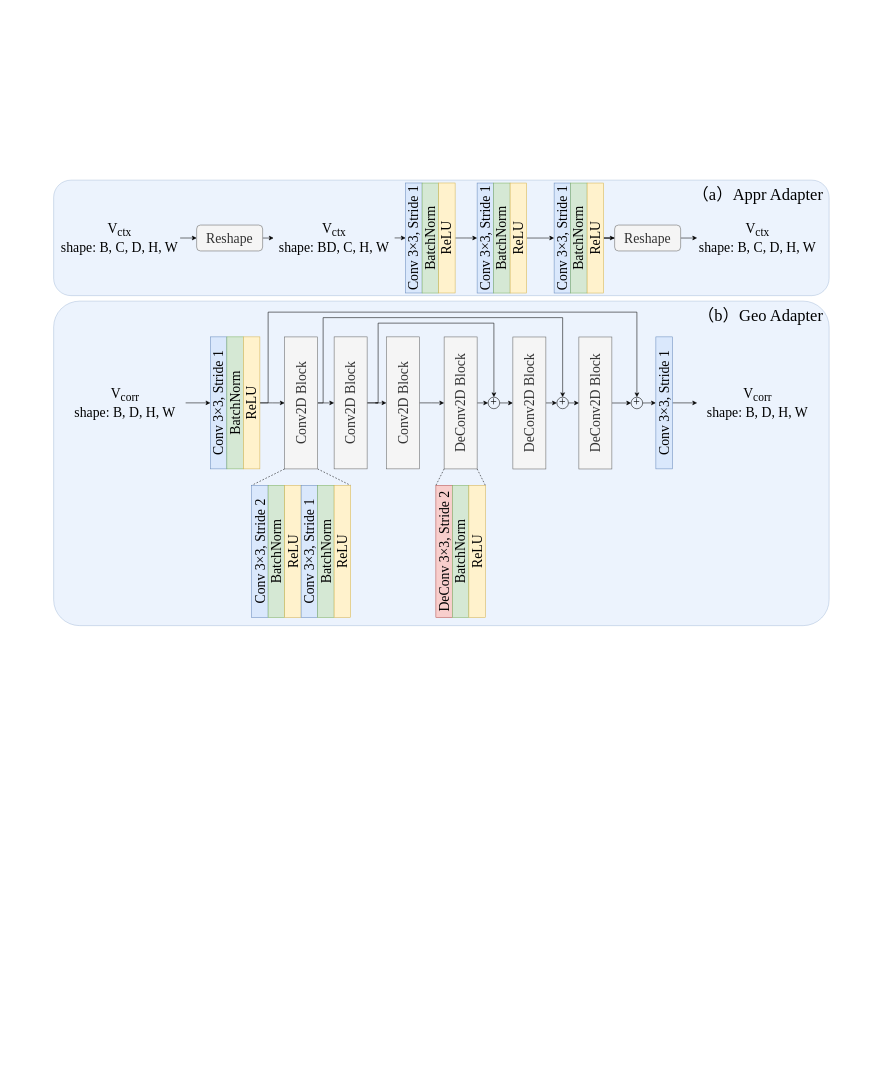
Before: nerf_decoder.drawio in wangpinzhi/wangpinzhi.github.io, a draw.io diagram. Source tidied: cells renumbered, new cells numbered last; positions are measured from the earlier drawing's top-left corner, leaving out a move shared by most shapes. Both pictures are drawn from the tidied source at 55%, with x=0, y=0 at pixel (53, 180).
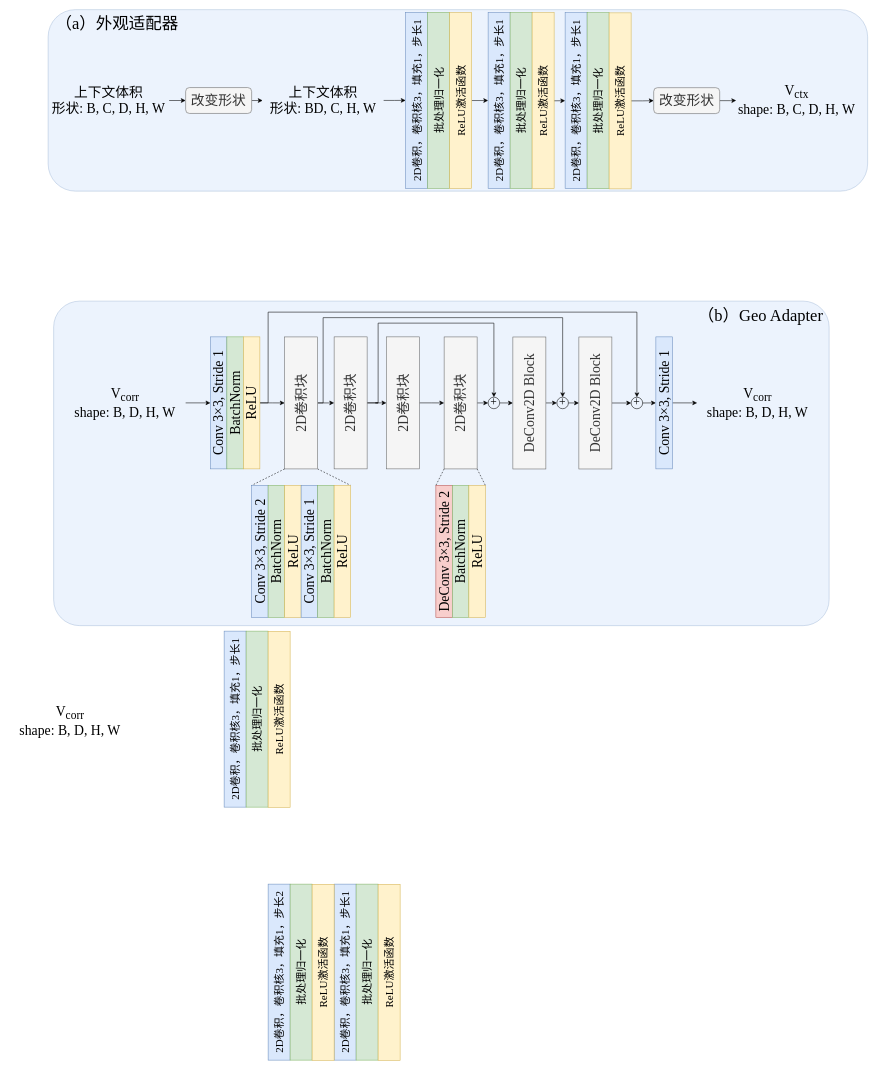
After the change.

What changed in the source:
```diff
@@
     <mxCell id="3" style="rounded=1;whiteSpace=wrap;html=1;fillColor=#dae8fc;strokeColor=#6c8ebf;opacity=50;" parent="1" vertex="1">
-      <mxGeometry width="1410" height="210" as="geometry" />
+      <mxGeometry x="-10" y="-310" width="1490" height="330" as="geometry" />
     </mxCell>
-    <mxCell id="4" value="Conv 3×3, Stride 1" style="rounded=0;whiteSpace=wrap;html=1;rotation=-90;fontSize=25;fontFamily=Times New Roman;fillColor=#dae8fc;strokeColor=#6c8ebf;" parent="1" vertex="1">
-      <mxGeometry x="555" y="90.2" width="200" height="30" as="geometry" />
+    <mxCell id="4" value="&lt;font&gt;2D卷积，卷积核3，填充1，步长1&lt;/font&gt;" style="rounded=0;whiteSpace=wrap;html=1;rotation=-90;fontSize=20;fontFamily=Times New Roman;fillColor=#dae8fc;strokeColor=#6c8ebf;" parent="1" vertex="1">
+      <mxGeometry x="500" y="-165" width="320" height="40" as="geometry" />
     </mxCell>
@@
-    <mxCell id="6" value="V&lt;sub&gt;ctx&lt;/sub&gt;&lt;div&gt;shape: B, C, D, H, W&lt;/div&gt;" style="text;html=1;align=center;verticalAlign=middle;whiteSpace=wrap;rounded=0;fontFamily=Times New Roman;fontSize=25;" parent="1" vertex="1">
-      <mxGeometry x="10" y="72.6" width="220" height="65.3" as="geometry" />
+    <mxCell id="6" value="上下文体积&lt;div&gt;形状: B, C, D, H, W&lt;/div&gt;" style="text;html=1;align=center;verticalAlign=middle;whiteSpace=wrap;rounded=0;fontFamily=Times New Roman;fontSize=25;" parent="1" vertex="1">
+      <mxGeometry x="-10" y="-177.4" width="220" height="65.3" as="geometry" />
     </mxCell>
@@
-    <mxCell id="8" value="Reshape" style="rounded=1;whiteSpace=wrap;html=1;fontFamily=Times New Roman;fontSize=25;fillColor=#f5f5f5;fontColor=#333333;strokeColor=#666666;" parent="1" vertex="1">
-      <mxGeometry x="260" y="81.7" width="120" height="47.1" as="geometry" />
+    <mxCell id="8" value="改变形状" style="rounded=1;whiteSpace=wrap;html=1;fontFamily=Times New Roman;fontSize=25;fillColor=#f5f5f5;fontColor=#333333;strokeColor=#666666;" parent="1" vertex="1">
+      <mxGeometry x="240" y="-168.3" width="120" height="47.1" as="geometry" />
     </mxCell>
@@
-    <mxCell id="10" value="V&lt;sub&gt;ctx&lt;/sub&gt;&lt;div&gt;shape: BD, C, H, W&lt;/div&gt;" style="text;html=1;align=center;verticalAlign=middle;whiteSpace=wrap;rounded=0;fontFamily=Times New Roman;fontSize=25;" parent="1" vertex="1">
-      <mxGeometry x="400" y="72.4" width="220" height="65.3" as="geometry" />
+    <mxCell id="10" value="上下文体积&lt;div&gt;形状: BD, C, H, W&lt;/div&gt;" style="text;html=1;align=center;verticalAlign=middle;whiteSpace=wrap;rounded=0;fontFamily=Times New Roman;fontSize=25;" parent="1" vertex="1">
+      <mxGeometry x="380" y="-177.6" width="220" height="65.3" as="geometry" />
     </mxCell>
-    <mxCell id="11" value="BatchNorm" style="rounded=0;whiteSpace=wrap;html=1;rotation=-90;fontSize=25;fontFamily=Times New Roman;fillColor=#d5e8d4;strokeColor=#82b366;" parent="1" vertex="1">
-      <mxGeometry x="585" y="90.3" width="200" height="30" as="geometry" />
+    <mxCell id="11" value="批处理归一化" style="rounded=0;whiteSpace=wrap;html=1;rotation=-90;fontSize=20;fontFamily=Times New Roman;fillColor=#d5e8d4;strokeColor=#82b366;" parent="1" vertex="1">
+      <mxGeometry x="540" y="-165" width="320" height="40" as="geometry" />
     </mxCell>
-    <mxCell id="12" style="edgeStyle=orthogonalEdgeStyle;rounded=0;jettySize=auto;html=1;entryX=0.5;entryY=0;entryDx=0;entryDy=0;" parent="1" edge="1" source="13" target="14">
+    <mxCell id="12" style="rounded=0;jettySize=auto;html=1;entryX=0.5;entryY=0;entryDx=0;entryDy=0;" parent="1" edge="1" source="13" target="70">
       <mxGeometry relative="1" as="geometry" />
     </mxCell>
-    <mxCell id="13" value="ReLU" style="rounded=0;whiteSpace=wrap;html=1;rotation=-90;fontSize=25;fontFamily=Times New Roman;fillColor=#fff2cc;strokeColor=#d6b656;" parent="1" vertex="1">
-      <mxGeometry x="615" y="90.2" width="200" height="30" as="geometry" />
+    <mxCell id="13" value="ReLU激活函数" style="rounded=0;whiteSpace=wrap;html=1;rotation=-90;fontSize=20;fontFamily=Times New Roman;fillColor=#fff2cc;strokeColor=#d6b656;" parent="1" vertex="1">
+      <mxGeometry x="580" y="-164.7" width="320" height="40" as="geometry" />
     </mxCell>
-    <mxCell id="14" value="Conv 3×3, Stride 1" style="rounded=0;whiteSpace=wrap;html=1;rotation=-90;fontSize=25;fontFamily=Times New Roman;fillColor=#dae8fc;strokeColor=#6c8ebf;" parent="1" vertex="1">
-      <mxGeometry x="685" y="90.3" width="200" height="30" as="geometry" />
-    </mxCell>
-    <mxCell id="15" value="BatchNorm" style="rounded=0;whiteSpace=wrap;html=1;rotation=-90;fontSize=25;fontFamily=Times New Roman;fillColor=#d5e8d4;strokeColor=#82b366;" parent="1" vertex="1">
-      <mxGeometry x="715" y="90.3" width="200" height="30" as="geometry" />
-    </mxCell>
-    <mxCell id="16" style="edgeStyle=orthogonalEdgeStyle;rounded=0;jettySize=auto;html=1;entryX=0.5;entryY=0;entryDx=0;entryDy=0;" parent="1" edge="1" source="17" target="18">
-      <mxGeometry relative="1" as="geometry" />
+    <mxCell id="16" style="edgeStyle=orthogonalEdgeStyle;rounded=0;jettySize=auto;html=1;entryX=0.5;entryY=0;entryDx=0;entryDy=0;" parent="1" edge="1" target="73">
+      <mxGeometry relative="1" as="geometry">
+        <mxPoint x="880" y="-144.7" as="sourcePoint" />
+      </mxGeometry>
     </mxCell>
-    <mxCell id="17" value="ReLU" style="rounded=0;whiteSpace=wrap;html=1;rotation=-90;fontSize=25;fontFamily=Times New Roman;fillColor=#fff2cc;strokeColor=#d6b656;" parent="1" vertex="1">
-      <mxGeometry x="745" y="90.3" width="200" height="30" as="geometry" />
-    </mxCell>
-    <mxCell id="18" value="Conv 3×3, Stride 1" style="rounded=0;whiteSpace=wrap;html=1;rotation=-90;fontSize=25;fontFamily=Times New Roman;fillColor=#dae8fc;strokeColor=#6c8ebf;" parent="1" vertex="1">
-      <mxGeometry x="825" y="90.3" width="200" height="30" as="geometry" />
-    </mxCell>
-    <mxCell id="19" value="BatchNorm" style="rounded=0;whiteSpace=wrap;html=1;rotation=-90;fontSize=25;fontFamily=Times New Roman;fillColor=#d5e8d4;strokeColor=#82b366;" parent="1" vertex="1">
-      <mxGeometry x="855" y="90.3" width="200" height="30" as="geometry" />
-    </mxCell>
-    <mxCell id="20" style="edgeStyle=orthogonalEdgeStyle;rounded=0;jettySize=auto;html=1;entryX=0;entryY=0.5;entryDx=0;entryDy=0;" parent="1" edge="1" source="21" target="23">
+    <mxCell id="20" style="edgeStyle=orthogonalEdgeStyle;rounded=0;jettySize=auto;html=1;entryX=0;entryY=0.5;entryDx=0;entryDy=0;exitX=0.5;exitY=1;exitDx=0;exitDy=0;" parent="1" edge="1" source="75" target="23">
       <mxGeometry relative="1" as="geometry" />
     </mxCell>
-    <mxCell id="21" value="ReLU" style="rounded=0;whiteSpace=wrap;html=1;rotation=-90;fontSize=25;fontFamily=Times New Roman;fillColor=#fff2cc;strokeColor=#d6b656;" parent="1" vertex="1">
-      <mxGeometry x="885" y="90.3" width="200" height="30" as="geometry" />
-    </mxCell>
@@
-    <mxCell id="23" value="Reshape" style="rounded=1;whiteSpace=wrap;html=1;fontFamily=Times New Roman;fontSize=25;fillColor=#f5f5f5;fontColor=#333333;strokeColor=#666666;" parent="1" vertex="1">
-      <mxGeometry x="1020" y="81.7" width="120" height="47.1" as="geometry" />
+    <mxCell id="23" value="改变形状" style="rounded=1;whiteSpace=wrap;html=1;fontFamily=Times New Roman;fontSize=25;fillColor=#f5f5f5;fontColor=#333333;strokeColor=#666666;" parent="1" vertex="1">
+      <mxGeometry x="1091" y="-168.1" width="120" height="47.1" as="geometry" />
     </mxCell>
     <mxCell id="24" value="V&lt;sub&gt;ctx&lt;/sub&gt;&lt;div&gt;shape: B, C, D, H, W&lt;/div&gt;" style="text;html=1;align=center;verticalAlign=middle;whiteSpace=wrap;rounded=0;fontFamily=Times New Roman;fontSize=25;" parent="1" vertex="1">
-      <mxGeometry x="1170" y="72.4" width="220" height="65.3" as="geometry" />
+      <mxGeometry x="1241" y="-177.4" width="220" height="65.3" as="geometry" />
     </mxCell>
-    <mxCell id="25" value="&lt;font&gt;（a）Appr Adapter&lt;/font&gt;" style="text;html=1;align=center;verticalAlign=middle;strokeColor=none;fillColor=none;fontSize=30;fontFamily=Times New Roman;" parent="1" vertex="1">
-      <mxGeometry x="1150" width="260" height="50" as="geometry" />
+    <mxCell id="25" value="&lt;font&gt;（a）外观适配器&lt;/font&gt;" style="text;html=1;align=center;verticalAlign=middle;strokeColor=none;fillColor=none;fontSize=30;fontFamily=Times New Roman;" parent="1" vertex="1">
+      <mxGeometry x="-10" y="-310" width="250" height="50" as="geometry" />
     </mxCell>
@@
-    <mxCell id="35" value="Conv2D Block" style="rounded=0;whiteSpace=wrap;html=1;rotation=-90;fontSize=25;fontFamily=Times New Roman;fillColor=#f5f5f5;strokeColor=#666666;fontColor=#333333;" parent="1" vertex="1">
+    <mxCell id="35" value="2D卷积块" style="rounded=0;whiteSpace=wrap;html=1;rotation=-90;fontSize=25;fontFamily=Times New Roman;fillColor=#f5f5f5;strokeColor=#666666;fontColor=#333333;" parent="1" vertex="1">
       <mxGeometry x="330" y="375.1" width="240" height="60" as="geometry" />
     </mxCell>
@@
-    <mxCell id="51" value="Conv2D Block" style="rounded=0;whiteSpace=wrap;html=1;rotation=-90;fontSize=25;fontFamily=Times New Roman;fillColor=#f5f5f5;strokeColor=#666666;fontColor=#333333;" parent="1" vertex="1">
+    <mxCell id="51" value="2D卷积块" style="rounded=0;whiteSpace=wrap;html=1;rotation=-90;fontSize=25;fontFamily=Times New Roman;fillColor=#f5f5f5;strokeColor=#666666;fontColor=#333333;" parent="1" vertex="1">
       <mxGeometry x="420" y="375" width="240" height="60" as="geometry" />
     </mxCell>
@@
-    <mxCell id="53" value="Conv2D Block" style="rounded=0;whiteSpace=wrap;html=1;rotation=-90;fontSize=25;fontFamily=Times New Roman;fillColor=#f5f5f5;strokeColor=#666666;fontColor=#333333;" parent="1" vertex="1">
+    <mxCell id="53" value="2D卷积块" style="rounded=0;whiteSpace=wrap;html=1;rotation=-90;fontSize=25;fontFamily=Times New Roman;fillColor=#f5f5f5;strokeColor=#666666;fontColor=#333333;" parent="1" vertex="1">
       <mxGeometry x="515" y="375" width="240" height="60" as="geometry" />
     </mxCell>
@@
-    <mxCell id="57" value="DeConv2D Block" style="rounded=0;whiteSpace=wrap;html=1;rotation=-90;fontSize=25;fontFamily=Times New Roman;fillColor=#f5f5f5;strokeColor=#666666;fontColor=#333333;" parent="1" vertex="1">
+    <mxCell id="57" value="2D卷积块" style="rounded=0;whiteSpace=wrap;html=1;rotation=-90;fontSize=25;fontFamily=Times New Roman;fillColor=#f5f5f5;strokeColor=#666666;fontColor=#333333;" parent="1" vertex="1">
       <mxGeometry x="620" y="375.1" width="240" height="60" as="geometry" />
     </mxCell>
@@
+    <mxCell id="70" value="&lt;font&gt;2D卷积，卷积核3，填充1，步长1&lt;/font&gt;" style="rounded=0;whiteSpace=wrap;html=1;rotation=-90;fontSize=20;fontFamily=Times New Roman;fillColor=#dae8fc;strokeColor=#6c8ebf;" parent="1" vertex="1">
+      <mxGeometry x="650" y="-164.7" width="320" height="40" as="geometry" />
+    </mxCell>
+    <mxCell id="71" value="批处理归一化" style="rounded=0;whiteSpace=wrap;html=1;rotation=-90;fontSize=20;fontFamily=Times New Roman;fillColor=#d5e8d4;strokeColor=#82b366;" parent="1" vertex="1">
+      <mxGeometry x="690" y="-164.7" width="320" height="40" as="geometry" />
+    </mxCell>
+    <mxCell id="72" value="ReLU激活函数" style="rounded=0;whiteSpace=wrap;html=1;rotation=-90;fontSize=20;fontFamily=Times New Roman;fillColor=#fff2cc;strokeColor=#d6b656;" parent="1" vertex="1">
+      <mxGeometry x="730" y="-164.4" width="320" height="40" as="geometry" />
+    </mxCell>
+    <mxCell id="73" value="&lt;font&gt;2D卷积，卷积核3，填充1，步长1&lt;/font&gt;" style="rounded=0;whiteSpace=wrap;html=1;rotation=-90;fontSize=20;fontFamily=Times New Roman;fillColor=#dae8fc;strokeColor=#6c8ebf;" parent="1" vertex="1">
+      <mxGeometry x="790" y="-164.4" width="320" height="40" as="geometry" />
+    </mxCell>
+    <mxCell id="74" value="批处理归一化" style="rounded=0;whiteSpace=wrap;html=1;rotation=-90;fontSize=20;fontFamily=Times New Roman;fillColor=#d5e8d4;strokeColor=#82b366;" parent="1" vertex="1">
+      <mxGeometry x="830" y="-164.4" width="320" height="40" as="geometry" />
+    </mxCell>
+    <mxCell id="75" value="ReLU激活函数" style="rounded=0;whiteSpace=wrap;html=1;rotation=-90;fontSize=20;fontFamily=Times New Roman;fillColor=#fff2cc;strokeColor=#d6b656;" parent="1" vertex="1">
+      <mxGeometry x="870" y="-164.1" width="320" height="40" as="geometry" />
+    </mxCell>
+    <mxCell id="76" value="&lt;font&gt;2D卷积，卷积核3，填充1，步长1&lt;/font&gt;" style="rounded=0;whiteSpace=wrap;html=1;rotation=-90;fontSize=20;fontFamily=Times New Roman;fillColor=#dae8fc;strokeColor=#6c8ebf;" parent="1" vertex="1">
+      <mxGeometry x="370" y="1420" width="320" height="40" as="geometry" />
+    </mxCell>
+    <mxCell id="77" value="批处理归一化" style="rounded=0;whiteSpace=wrap;html=1;rotation=-90;fontSize=20;fontFamily=Times New Roman;fillColor=#d5e8d4;strokeColor=#82b366;" parent="1" vertex="1">
+      <mxGeometry x="410" y="1420" width="320" height="40" as="geometry" />
+    </mxCell>
+    <mxCell id="78" value="ReLU激活函数" style="rounded=0;whiteSpace=wrap;html=1;rotation=-90;fontSize=20;fontFamily=Times New Roman;fillColor=#fff2cc;strokeColor=#d6b656;" parent="1" vertex="1">
+      <mxGeometry x="450" y="1420.3" width="320" height="40" as="geometry" />
+    </mxCell>
+    <mxCell id="79" value="&lt;font&gt;2D卷积，卷积核3，填充1，步长2&lt;/font&gt;" style="rounded=0;whiteSpace=wrap;html=1;rotation=-90;fontSize=20;fontFamily=Times New Roman;fillColor=#dae8fc;strokeColor=#6c8ebf;" parent="1" vertex="1">
+      <mxGeometry x="250" y="1420" width="320" height="40" as="geometry" />
+    </mxCell>
+    <mxCell id="80" value="批处理归一化" style="rounded=0;whiteSpace=wrap;html=1;rotation=-90;fontSize=20;fontFamily=Times New Roman;fillColor=#d5e8d4;strokeColor=#82b366;" parent="1" vertex="1">
+      <mxGeometry x="290" y="1420" width="320" height="40" as="geometry" />
+    </mxCell>
+    <mxCell id="81" value="ReLU激活函数" style="rounded=0;whiteSpace=wrap;html=1;rotation=-90;fontSize=20;fontFamily=Times New Roman;fillColor=#fff2cc;strokeColor=#d6b656;" parent="1" vertex="1">
+      <mxGeometry x="330" y="1420.3" width="320" height="40" as="geometry" />
+    </mxCell>
+    <mxCell id="82" value="&lt;font&gt;2D卷积，卷积核3，填充1，步长1&lt;/font&gt;" style="rounded=0;whiteSpace=wrap;html=1;rotation=-90;fontSize=20;fontFamily=Times New Roman;fillColor=#dae8fc;strokeColor=#6c8ebf;" parent="1" vertex="1">
+      <mxGeometry x="170" y="960" width="320" height="40" as="geometry" />
+    </mxCell>
+    <mxCell id="83" value="批处理归一化" style="rounded=0;whiteSpace=wrap;html=1;rotation=-90;fontSize=20;fontFamily=Times New Roman;fillColor=#d5e8d4;strokeColor=#82b366;" parent="1" vertex="1">
+      <mxGeometry x="210" y="960" width="320" height="40" as="geometry" />
+    </mxCell>
+    <mxCell id="84" value="ReLU激活函数" style="rounded=0;whiteSpace=wrap;html=1;rotation=-90;fontSize=20;fontFamily=Times New Roman;fillColor=#fff2cc;strokeColor=#d6b656;" parent="1" vertex="1">
+      <mxGeometry x="250" y="960.3" width="320" height="40" as="geometry" />
+    </mxCell>
+    <mxCell id="85" value="V&lt;sub&gt;corr&lt;/sub&gt;&lt;div&gt;shape: B, D, H, W&lt;/div&gt;" style="text;html=1;align=center;verticalAlign=middle;whiteSpace=wrap;rounded=0;fontFamily=Times New Roman;fontSize=25;" parent="1" vertex="1">
+      <mxGeometry x="-80" y="950" width="220" height="65.3" as="geometry" />
+    </mxCell>
```
